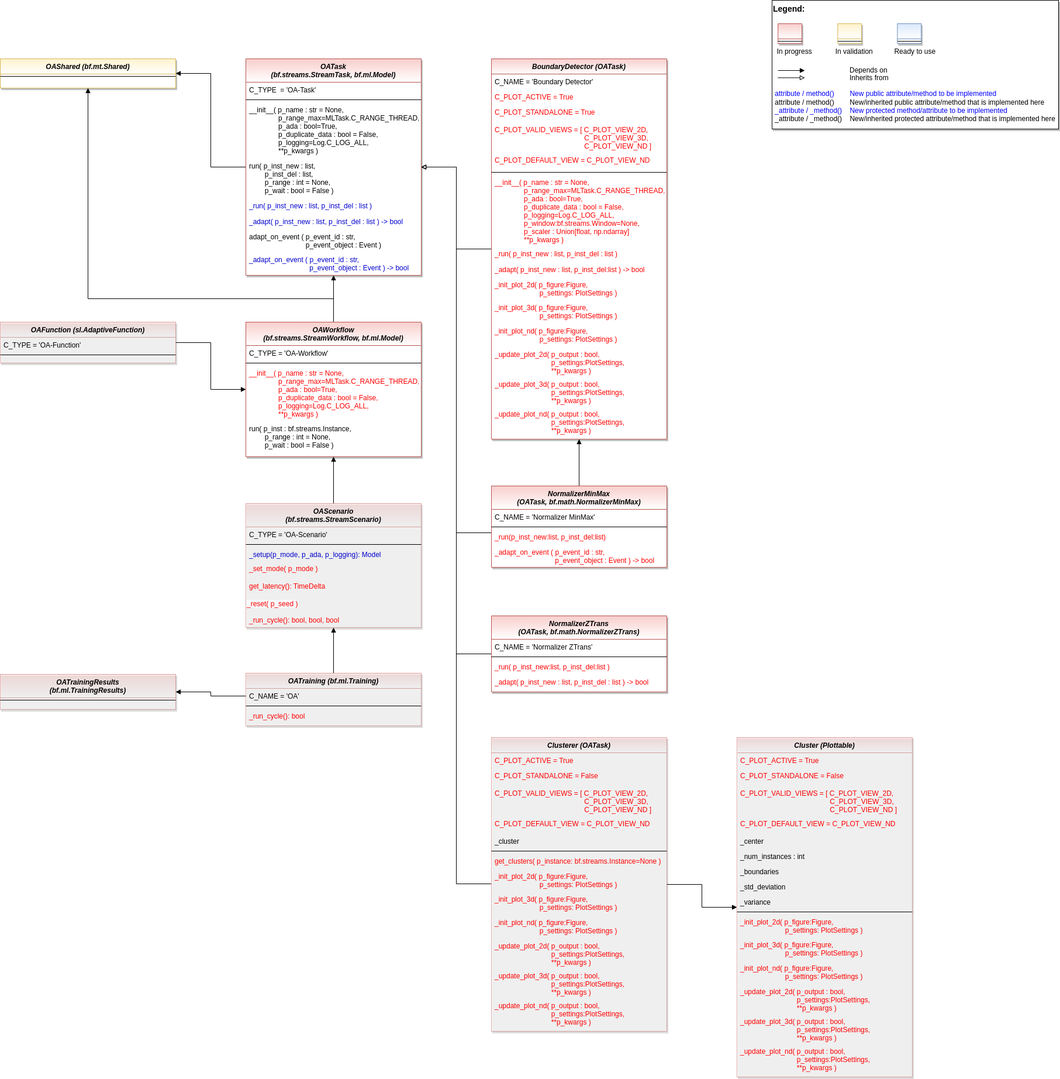
fhswf/MLPro keeps this draw.io diagram as doc/rtd/content/append2/core/images/oa/MLPro-OA-Proc_class_diagram.drawio.png. Above is the earlier version. Source tidied: cells renumbered, new cells last; positions are measured from the earlier drawing's top-left corner, leaving out a move shared by most shapes.
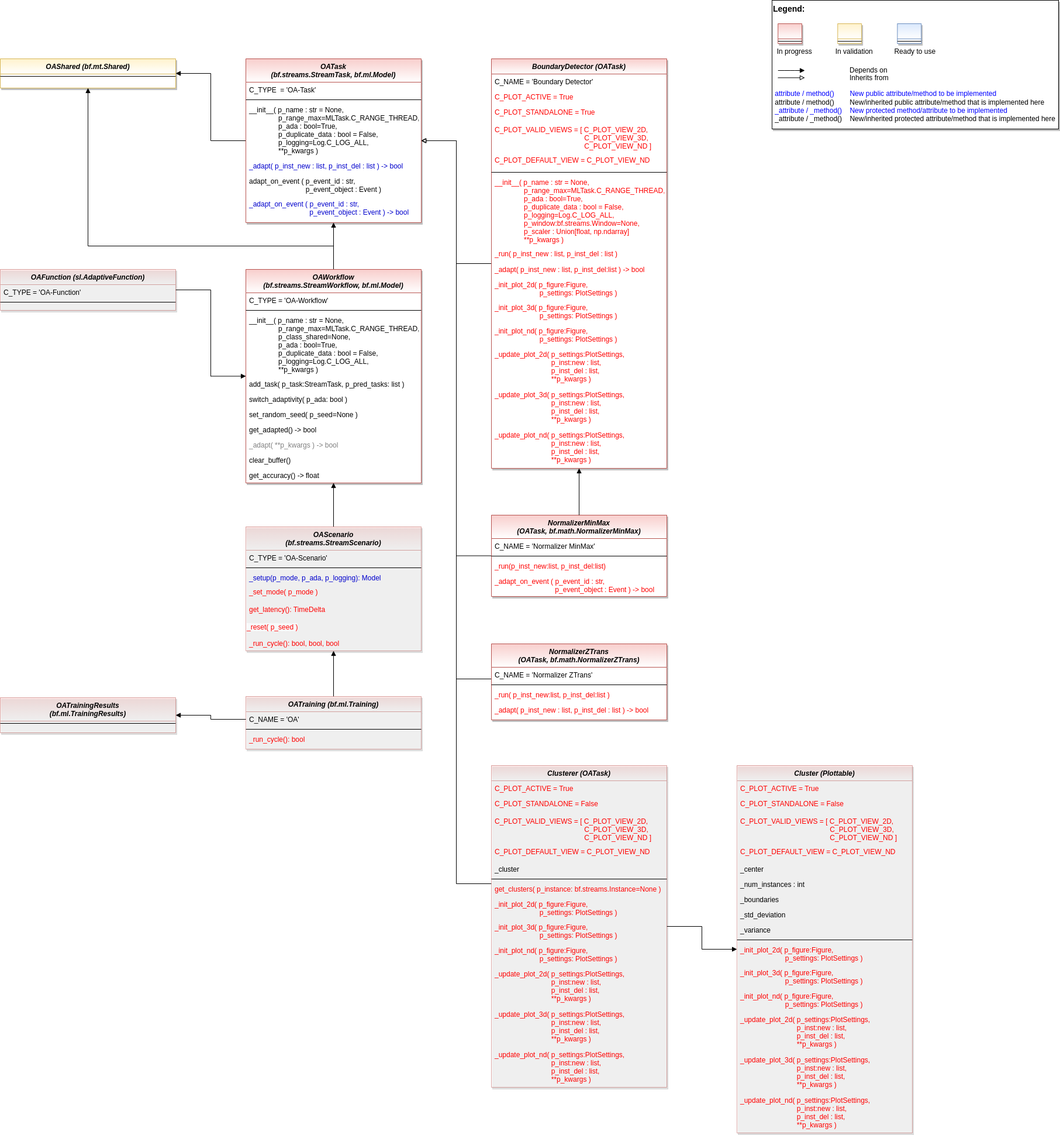
Later version of the same file.

Commit message:
Rework of class definitions (see issue #484)

The edit, as a diff of the source:
```diff
@@ -8,3 +8,3 @@
     <mxCell id="3" value="OATask &#10;(bf.streams.StreamTask, bf.ml.Model)" style="swimlane;fontStyle=3;align=center;verticalAlign=top;horizontal=1;startSize=40;rounded=0;shadow=1;strokeWidth=1;fillColor=#f8cecc;strokeColor=#b85450;swimlaneFillColor=#ffffff;gradientColor=#FFFFFF;" parent="1" vertex="1">
-      <mxGeometry x="420" y="100" width="300" height="370" as="geometry" />
+      <mxGeometry x="420" y="100" width="300" height="280" as="geometry" />
     </mxCell>
@@ -19,16 +19,10 @@
     </mxCell>
-    <mxCell id="7" value="run( p_inst_new : list, &#10;        p_inst_del : list,&#10;        p_range : int = None,&#10;        p_wait : bool = False )" style="text;align=left;verticalAlign=top;spacingLeft=4;spacingRight=4;overflow=hidden;fontColor=default;" parent="3" vertex="1">
-      <mxGeometry y="170" width="300" height="68" as="geometry" />
-    </mxCell>
-    <mxCell id="8" value="_run( p_inst_new : list, p_inst_del : list )" style="text;align=left;verticalAlign=top;spacingLeft=4;spacingRight=4;overflow=hidden;fontColor=#0000CC;" parent="3" vertex="1">
-      <mxGeometry y="238" width="300" height="27" as="geometry" />
-    </mxCell>
     <mxCell id="9" value="_adapt( p_inst_new : list, p_inst_del : list ) -&gt; bool" style="text;align=left;verticalAlign=top;spacingLeft=4;spacingRight=4;overflow=hidden;fontColor=#0000CC;" parent="3" vertex="1">
-      <mxGeometry y="265" width="300" height="26" as="geometry" />
+      <mxGeometry y="170" width="300" height="26" as="geometry" />
     </mxCell>
     <mxCell id="10" value="adapt_on_event ( p_event_id : str, &#10;                             p_event_object : Event )" style="text;align=left;verticalAlign=top;spacingLeft=4;spacingRight=4;overflow=hidden;fontColor=default;" parent="3" vertex="1">
-      <mxGeometry y="291" width="300" height="39" as="geometry" />
+      <mxGeometry y="196" width="300" height="39" as="geometry" />
     </mxCell>
     <mxCell id="11" value="_adapt_on_event ( p_event_id : str, &#10;                               p_event_object : Event ) -&gt; bool" style="text;align=left;verticalAlign=top;spacingLeft=4;spacingRight=4;overflow=hidden;fontColor=#0000CC;" parent="3" vertex="1">
-      <mxGeometry y="330" width="300" height="39" as="geometry" />
+      <mxGeometry y="235" width="300" height="39" as="geometry" />
     </mxCell>
@@ -81,4 +75,4 @@
         <Array as="points">
-          <mxPoint x="570" y="510" />
-          <mxPoint x="150" y="510" />
+          <mxPoint x="570" y="420" />
+          <mxPoint x="150" y="420" />
         </Array>
@@ -87,3 +81,3 @@
     <mxCell id="24" value="OAWorkflow &#10;(bf.streams.StreamWorkflow, bf.ml.Model)" style="swimlane;fontStyle=3;align=center;verticalAlign=top;horizontal=1;startSize=40;rounded=0;shadow=1;strokeWidth=1;fillColor=#f8cecc;strokeColor=#b85450;swimlaneFillColor=#ffffff;gradientColor=#FFFFFF;" parent="1" vertex="1">
-      <mxGeometry x="420" y="550" width="300" height="230" as="geometry" />
+      <mxGeometry x="420" y="460" width="300" height="365" as="geometry" />
     </mxCell>
@@ -95,8 +89,26 @@
     </mxCell>
-    <mxCell id="27" value="__init__( p_name : str = None,&#10;               p_range_max=MLTask.C_RANGE_THREAD,&#10;               p_ada : bool=True,&#10;               p_duplicate_data : bool = False,&#10;               p_logging=Log.C_LOG_ALL,&#10;               **p_kwargs )" style="text;align=left;verticalAlign=top;spacingLeft=4;spacingRight=4;overflow=hidden;fontColor=#FF0000;" parent="24" vertex="1">
-      <mxGeometry y="74" width="300" height="95" as="geometry" />
+    <mxCell id="27" value="__init__( p_name : str = None,&#10;               p_range_max=MLTask.C_RANGE_THREAD,&#10;               p_class_shared=None,&#10;               p_ada : bool=True,&#10;               p_duplicate_data : bool = False,&#10;               p_logging=Log.C_LOG_ALL,&#10;               **p_kwargs )" style="text;align=left;verticalAlign=top;spacingLeft=4;spacingRight=4;overflow=hidden;fontColor=default;" parent="24" vertex="1">
+      <mxGeometry y="74" width="300" height="109" as="geometry" />
     </mxCell>
-    <mxCell id="28" value="run( p_inst : bf.streams.Instance, &#10;        p_range : int = None,&#10;        p_wait : bool = False )" style="text;align=left;verticalAlign=top;spacingLeft=4;spacingRight=4;overflow=hidden;fontColor=default;" parent="24" vertex="1">
-      <mxGeometry y="169" width="300" height="52" as="geometry" />
-    </mxCell>
+    <mxCell id="115" value="add_task( p_task:StreamTask, p_pred_tasks: list )" style="text;align=left;verticalAlign=top;spacingLeft=4;spacingRight=4;overflow=hidden;fontColor=default;" parent="24" vertex="1">
+      <mxGeometry y="183" width="300" height="26" as="geometry" />
+    </mxCell>
+    <mxCell id="116" value="switch_adaptivity( p_ada: bool )" style="text;align=left;verticalAlign=top;spacingLeft=4;spacingRight=4;overflow=hidden;fontColor=default;" parent="24" vertex="1">
+      <mxGeometry y="209" width="300" height="26" as="geometry" />
+    </mxCell>
+    <mxCell id="117" value="set_random_seed( p_seed=None )" style="text;align=left;verticalAlign=top;spacingLeft=4;spacingRight=4;overflow=hidden;fontColor=default;" parent="24" vertex="1">
+      <mxGeometry y="235" width="300" height="26" as="geometry" />
+    </mxCell>
+    <mxCell id="118" value="get_adapted() -&gt; bool" style="text;align=left;verticalAlign=top;spacingLeft=4;spacingRight=4;overflow=hidden;fontColor=default;" parent="24" vertex="1">
+      <mxGeometry y="261" width="300" height="26" as="geometry" />
+    </mxCell>
+    <mxCell id="119" value="_adapt( **p_kwargs ) -&gt; bool" style="text;align=left;verticalAlign=top;spacingLeft=4;spacingRight=4;overflow=hidden;fontColor=#808080;" parent="24" vertex="1">
+      <mxGeometry y="287" width="300" height="26" as="geometry" />
+    </mxCell>
+    <mxCell id="120" value="clear_buffer()" style="text;align=left;verticalAlign=top;spacingLeft=4;spacingRight=4;overflow=hidden;fontColor=default;" parent="24" vertex="1">
+      <mxGeometry y="313" width="300" height="26" as="geometry" />
+    </mxCell>
+    <mxCell id="121" value="get_accuracy() -&gt; float" style="text;align=left;verticalAlign=top;spacingLeft=4;spacingRight=4;overflow=hidden;fontColor=default;" parent="24" vertex="1">
+      <mxGeometry y="339" width="300" height="26" as="geometry" />
+    </mxCell>
     <mxCell id="29" style="edgeStyle=orthogonalEdgeStyle;rounded=0;jettySize=auto;html=1;endArrow=block;endFill=1;fontColor=#0000FF;" parent="1" edge="1" source="30" target="24">
@@ -105,3 +117,3 @@
     <mxCell id="30" value="OAScenario &#10;(bf.streams.StreamScenario)" style="swimlane;fontStyle=3;align=center;verticalAlign=top;horizontal=1;startSize=40;rounded=0;shadow=1;strokeWidth=1;fillColor=#f8cecc;strokeColor=#b85450;swimlaneFillColor=#ffffff;gradientColor=#ffffff;opacity=50;" parent="1" vertex="1">
-      <mxGeometry x="420" y="860" width="300" height="212" as="geometry" />
+      <mxGeometry x="420" y="900" width="300" height="212" as="geometry" />
     </mxCell>
@@ -132,3 +144,3 @@
     <mxCell id="39" value="OATraining (bf.ml.Training)" style="swimlane;fontStyle=3;align=center;verticalAlign=top;horizontal=1;startSize=26;rounded=0;shadow=1;strokeWidth=1;fillColor=#f8cecc;strokeColor=#b85450;swimlaneFillColor=#ffffff;gradientColor=#ffffff;opacity=50;" parent="1" vertex="1">
-      <mxGeometry x="420" y="1150" width="300" height="90" as="geometry" />
+      <mxGeometry x="420" y="1190" width="300" height="90" as="geometry" />
     </mxCell>
@@ -144,3 +156,3 @@
     <mxCell id="43" value="OATrainingResults &#10;(bf.ml.TrainingResults)" style="swimlane;fontStyle=3;align=center;verticalAlign=top;horizontal=1;startSize=40;rounded=0;shadow=1;strokeWidth=1;fillColor=#f8cecc;strokeColor=#b85450;swimlaneFillColor=#ffffff;gradientColor=#ffffff;opacity=50;" parent="1" vertex="1">
-      <mxGeometry y="1152" width="300" height="60" as="geometry" />
+      <mxGeometry y="1192" width="300" height="60" as="geometry" />
     </mxCell>
@@ -153,3 +165,3 @@
           <mxPoint x="780" y="1510" />
-          <mxPoint x="780" y="285" />
+          <mxPoint x="780" y="240" />
         </Array>
@@ -161,3 +173,3 @@
     <mxCell id="47" value="Clusterer (OATask)" style="swimlane;fontStyle=3;align=center;verticalAlign=top;horizontal=1;startSize=26;rounded=0;shadow=1;strokeWidth=1;fillColor=#f8cecc;strokeColor=#b85450;swimlaneFillColor=#ffffff;gradientColor=#ffffff;opacity=50;" parent="1" vertex="1">
-      <mxGeometry x="840" y="1260" width="300" height="502" as="geometry" />
+      <mxGeometry x="840" y="1308" width="300" height="550" as="geometry" />
     </mxCell>
@@ -193,13 +205,13 @@
     </mxCell>
-    <mxCell id="58" value="_update_plot_2d( p_output : bool, &#10;                             p_settings:PlotSettings,&#10;                             **p_kwargs )" style="text;align=left;verticalAlign=top;spacingLeft=4;spacingRight=4;overflow=hidden;fontColor=#FF0000;" parent="47" vertex="1">
-      <mxGeometry y="343" width="300" height="51" as="geometry" />
-    </mxCell>
-    <mxCell id="59" value="_update_plot_3d( p_output : bool, &#10;                             p_settings:PlotSettings,&#10;                             **p_kwargs )" style="text;align=left;verticalAlign=top;spacingLeft=4;spacingRight=4;overflow=hidden;fontColor=#FF0000;" parent="47" vertex="1">
-      <mxGeometry y="394" width="300" height="51" as="geometry" />
-    </mxCell>
-    <mxCell id="60" value="_update_plot_nd( p_output : bool, &#10;                             p_settings:PlotSettings,&#10;                             **p_kwargs )" style="text;align=left;verticalAlign=top;spacingLeft=4;spacingRight=4;overflow=hidden;fontColor=#FF0000;" parent="47" vertex="1">
-      <mxGeometry y="445" width="300" height="51" as="geometry" />
-    </mxCell>
+    <mxCell id="122" value="_update_plot_2d( p_settings:PlotSettings,&#10;                             p_inst:new : list,&#10;                             p_inst_del : list,&#10;                             **p_kwargs )" style="text;align=left;verticalAlign=top;spacingLeft=4;spacingRight=4;overflow=hidden;fontColor=#FF0000;" parent="47" vertex="1">
+      <mxGeometry y="343" width="300" height="69" as="geometry" />
+    </mxCell>
+    <mxCell id="123" value="_update_plot_3d( p_settings:PlotSettings,&#10;                             p_inst:new : list,&#10;                             p_inst_del : list,&#10;                             **p_kwargs )" style="text;align=left;verticalAlign=top;spacingLeft=4;spacingRight=4;overflow=hidden;fontColor=#FF0000;" parent="47" vertex="1">
+      <mxGeometry y="412" width="300" height="69" as="geometry" />
+    </mxCell>
+    <mxCell id="124" value="_update_plot_nd( p_settings:PlotSettings,&#10;                             p_inst:new : list,&#10;                             p_inst_del : list,&#10;                             **p_kwargs )" style="text;align=left;verticalAlign=top;spacingLeft=4;spacingRight=4;overflow=hidden;fontColor=#FF0000;" parent="47" vertex="1">
+      <mxGeometry y="481" width="300" height="69" as="geometry" />
+    </mxCell>
     <mxCell id="61" value="Cluster (Plottable)" style="swimlane;fontStyle=3;align=center;verticalAlign=top;horizontal=1;startSize=26;rounded=0;shadow=1;strokeWidth=1;fillColor=#f8cecc;strokeColor=#b85450;swimlaneFillColor=#ffffff;gradientColor=#ffffff;opacity=50;" parent="1" vertex="1">
-      <mxGeometry x="1260" y="1260" width="300" height="580" as="geometry" />
+      <mxGeometry x="1260" y="1308" width="300" height="628" as="geometry" />
     </mxCell>
@@ -244,11 +256,11 @@
     </mxCell>
-    <mxCell id="75" value="_update_plot_2d( p_output : bool, &#10;                             p_settings:PlotSettings,&#10;                             **p_kwargs )" style="text;align=left;verticalAlign=top;spacingLeft=4;spacingRight=4;overflow=hidden;fontColor=#FF0000;" parent="61" vertex="1">
-      <mxGeometry y="421" width="300" height="51" as="geometry" />
-    </mxCell>
-    <mxCell id="76" value="_update_plot_3d( p_output : bool, &#10;                             p_settings:PlotSettings,&#10;                             **p_kwargs )" style="text;align=left;verticalAlign=top;spacingLeft=4;spacingRight=4;overflow=hidden;fontColor=#FF0000;" parent="61" vertex="1">
-      <mxGeometry y="472" width="300" height="51" as="geometry" />
-    </mxCell>
-    <mxCell id="77" value="_update_plot_nd( p_output : bool, &#10;                             p_settings:PlotSettings,&#10;                             **p_kwargs )" style="text;align=left;verticalAlign=top;spacingLeft=4;spacingRight=4;overflow=hidden;fontColor=#FF0000;" parent="61" vertex="1">
-      <mxGeometry y="523" width="300" height="51" as="geometry" />
-    </mxCell>
+    <mxCell id="125" value="_update_plot_2d( p_settings:PlotSettings,&#10;                             p_inst:new : list,&#10;                             p_inst_del : list,&#10;                             **p_kwargs )" style="text;align=left;verticalAlign=top;spacingLeft=4;spacingRight=4;overflow=hidden;fontColor=#FF0000;" parent="61" vertex="1">
+      <mxGeometry y="421" width="300" height="69" as="geometry" />
+    </mxCell>
+    <mxCell id="126" value="_update_plot_3d( p_settings:PlotSettings,&#10;                             p_inst:new : list,&#10;                             p_inst_del : list,&#10;                             **p_kwargs )" style="text;align=left;verticalAlign=top;spacingLeft=4;spacingRight=4;overflow=hidden;fontColor=#FF0000;" parent="61" vertex="1">
+      <mxGeometry y="490" width="300" height="69" as="geometry" />
+    </mxCell>
+    <mxCell id="127" value="_update_plot_nd( p_settings:PlotSettings,&#10;                             p_inst:new : list,&#10;                             p_inst_del : list,&#10;                             **p_kwargs )" style="text;align=left;verticalAlign=top;spacingLeft=4;spacingRight=4;overflow=hidden;fontColor=#FF0000;" parent="61" vertex="1">
+      <mxGeometry y="559" width="300" height="69" as="geometry" />
+    </mxCell>
     <mxCell id="78" value="OAShared (bf.mt.Shared)" style="swimlane;fontStyle=3;align=center;verticalAlign=top;horizontal=1;startSize=26;rounded=0;shadow=1;strokeWidth=1;fillColor=#fff2cc;strokeColor=#d6b656;swimlaneFillColor=#ffffff;gradientColor=#FFFFFF;" parent="1" vertex="1">
@@ -263,3 +275,3 @@
     <mxCell id="81" value="BoundaryDetector (OATask)" style="swimlane;fontStyle=3;align=center;verticalAlign=top;horizontal=1;startSize=26;rounded=0;shadow=1;strokeWidth=1;fillColor=#f8cecc;strokeColor=#b85450;swimlaneFillColor=#ffffff;gradientColor=#ffffff;" parent="1" vertex="1">
-      <mxGeometry x="840" y="100" width="300" height="650" as="geometry" />
+      <mxGeometry x="840" y="100" width="300" height="700" as="geometry" />
     </mxCell>
@@ -301,11 +313,11 @@
     </mxCell>
-    <mxCell id="94" value="_update_plot_2d( p_output : bool, &#10;                             p_settings:PlotSettings,&#10;                             **p_kwargs )" style="text;align=left;verticalAlign=top;spacingLeft=4;spacingRight=4;overflow=hidden;fontColor=#FF0000;" parent="81" vertex="1">
-      <mxGeometry y="492" width="300" height="51" as="geometry" />
-    </mxCell>
-    <mxCell id="95" value="_update_plot_3d( p_output : bool, &#10;                             p_settings:PlotSettings,&#10;                             **p_kwargs )" style="text;align=left;verticalAlign=top;spacingLeft=4;spacingRight=4;overflow=hidden;fontColor=#FF0000;" parent="81" vertex="1">
-      <mxGeometry y="543" width="300" height="51" as="geometry" />
-    </mxCell>
-    <mxCell id="96" value="_update_plot_nd( p_output : bool, &#10;                             p_settings:PlotSettings,&#10;                             **p_kwargs )" style="text;align=left;verticalAlign=top;spacingLeft=4;spacingRight=4;overflow=hidden;fontColor=#FF0000;" parent="81" vertex="1">
-      <mxGeometry y="594" width="300" height="51" as="geometry" />
-    </mxCell>
+    <mxCell id="128" value="_update_plot_2d( p_settings:PlotSettings,&#10;                             p_inst:new : list,&#10;                             p_inst_del : list,&#10;                             **p_kwargs )" style="text;align=left;verticalAlign=top;spacingLeft=4;spacingRight=4;overflow=hidden;fontColor=#FF0000;" parent="81" vertex="1">
+      <mxGeometry y="492" width="300" height="69" as="geometry" />
+    </mxCell>
+    <mxCell id="129" value="_update_plot_3d( p_settings:PlotSettings,&#10;                             p_inst:new : list,&#10;                             p_inst_del : list,&#10;                             **p_kwargs )" style="text;align=left;verticalAlign=top;spacingLeft=4;spacingRight=4;overflow=hidden;fontColor=#FF0000;" parent="81" vertex="1">
+      <mxGeometry y="561" width="300" height="69" as="geometry" />
+    </mxCell>
+    <mxCell id="130" value="_update_plot_nd( p_settings:PlotSettings,&#10;                             p_inst:new : list,&#10;                             p_inst_del : list,&#10;                             **p_kwargs )" style="text;align=left;verticalAlign=top;spacingLeft=4;spacingRight=4;overflow=hidden;fontColor=#FF0000;" parent="81" vertex="1">
+      <mxGeometry y="630" width="300" height="69" as="geometry" />
+    </mxCell>
     <mxCell id="97" style="edgeStyle=orthogonalEdgeStyle;rounded=0;jettySize=auto;html=1;fontSize=14;fontColor=#0000CC;endArrow=block;endFill=1;" parent="1" edge="1" source="40" target="43">
@@ -316,4 +328,4 @@
         <Array as="points">
-          <mxPoint x="780" y="1117" />
-          <mxPoint x="780" y="285" />
+          <mxPoint x="780" y="1160" />
+          <mxPoint x="780" y="240" />
         </Array>
@@ -322,3 +334,3 @@
     <mxCell id="99" value="NormalizerZTrans &#10;(OATask, bf.math.NormalizerZTrans)" style="swimlane;fontStyle=3;align=center;verticalAlign=top;horizontal=1;startSize=40;rounded=0;shadow=1;strokeWidth=1;fillColor=#f8cecc;strokeColor=#b85450;swimlaneFillColor=#ffffff;gradientColor=#ffffff;" parent="1" vertex="1">
-      <mxGeometry x="840" y="1052" width="300" height="130" as="geometry" />
+      <mxGeometry x="840" y="1100" width="300" height="130" as="geometry" />
     </mxCell>
@@ -340,3 +352,3 @@
     <mxCell id="105" value="OAFunction (sl.AdaptiveFunction)" style="swimlane;fontStyle=3;align=center;verticalAlign=top;horizontal=1;startSize=26;rounded=0;shadow=1;strokeWidth=1;fillColor=#f8cecc;strokeColor=#b85450;swimlaneFillColor=#ffffff;gradientColor=#ffffff;opacity=50;" parent="1" vertex="1">
-      <mxGeometry y="550" width="300" height="70" as="geometry" />
+      <mxGeometry y="460" width="300" height="70" as="geometry" />
     </mxCell>
@@ -351,4 +363,4 @@
         <Array as="points">
-          <mxPoint x="780" y="910" />
-          <mxPoint x="780" y="285" />
+          <mxPoint x="780" y="950" />
+          <mxPoint x="780" y="240" />
         </Array>
@@ -356,7 +368,4 @@
     </mxCell>
-    <mxCell id="109" style="edgeStyle=orthogonalEdgeStyle;rounded=0;jettySize=auto;html=1;endArrow=block;endFill=1;" parent="1" edge="1" source="110" target="81">
-      <mxGeometry relative="1" as="geometry" />
-    </mxCell>
     <mxCell id="110" value="NormalizerMinMax &#10;(OATask, bf.math.NormalizerMinMax)" style="swimlane;fontStyle=3;align=center;verticalAlign=top;horizontal=1;startSize=40;rounded=0;shadow=1;strokeWidth=1;fillColor=#f8cecc;strokeColor=#b85450;swimlaneFillColor=#ffffff;gradientColor=#ffffff;" parent="1" vertex="1">
-      <mxGeometry x="840" y="830" width="300" height="139" as="geometry" />
+      <mxGeometry x="840" y="880" width="300" height="139" as="geometry" />
     </mxCell>
@@ -374,2 +383,5 @@
     </mxCell>
+    <mxCell id="109" style="edgeStyle=orthogonalEdgeStyle;rounded=0;jettySize=auto;html=1;endArrow=block;endFill=1;" parent="1" edge="1" source="110" target="81">
+      <mxGeometry relative="1" as="geometry" />
+    </mxCell>
   </root>
```
